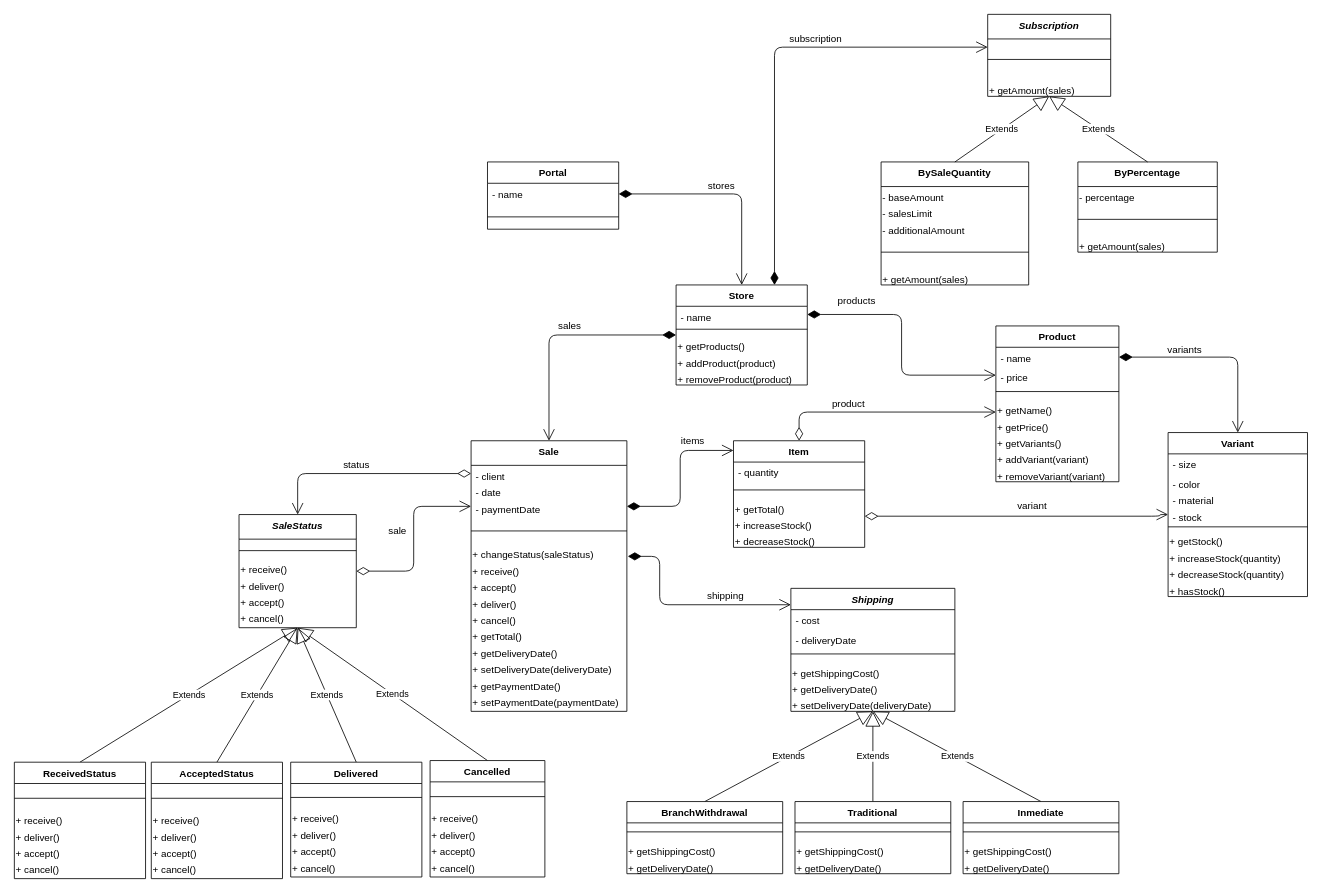
Earlier version of the draw.io diagram doc/tp_cursada.drawio (malexandroff1/tyh_tp_cursada). Source tidied: cells renumbered, new cells numbered last; positions are measured from the earlier drawing's top-left corner, leaving out a move shared by most shapes. Both pictures are drawn from the tidied source at 82%, with x=0, y=0 at pixel (14, 14).
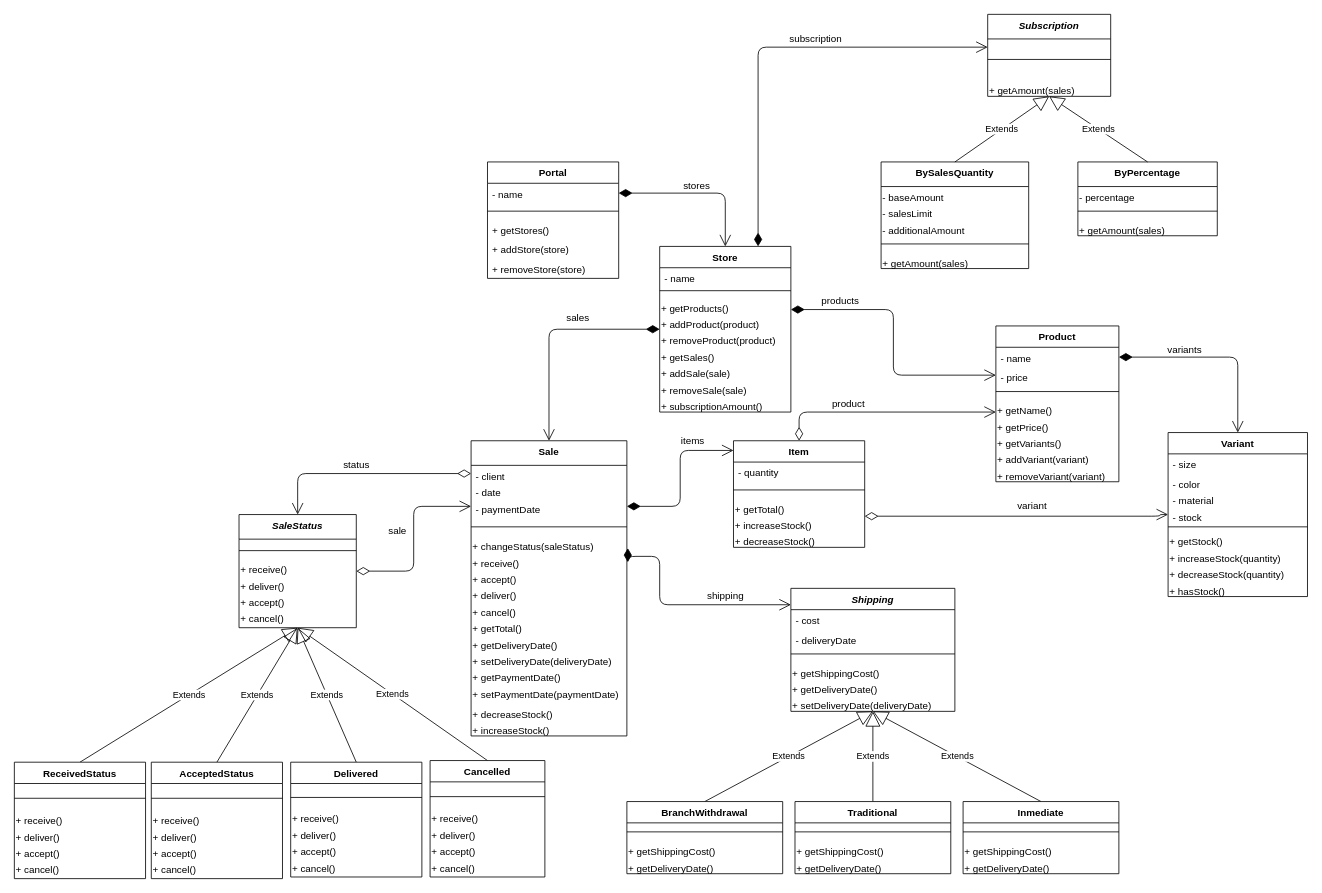
After the change.

Commit message (it also covers changes not shown here):
class diagram updated

Unchanged cells that the change refers to:
```xml
<mxCell id="4" value="- price" style="text;strokeColor=none;fillColor=none;align=left;verticalAlign=top;spacingLeft=4;spacingRight=4;overflow=hidden;points=[[0,0.5],[1,0.5]];portConstraint=eastwest;" parent="2" vertex="1">
  <mxGeometry y="50" width="150" height="20" as="geometry" />
</mxCell>
<mxCell id="63" value="Subscription" style="swimlane;fontStyle=3;align=center;verticalAlign=top;horizontal=1;startSize=30;" parent="1" vertex="1">
  <mxGeometry x="1187" width="150" height="100" as="geometry" />
</mxCell>
<mxCell id="107" value="- name" style="text;strokeColor=none;fillColor=none;align=left;verticalAlign=top;spacingLeft=4;spacingRight=4;overflow=hidden;points=[[0,0.5],[1,0.5]];portConstraint=eastwest;" parent="106" vertex="1">
  <mxGeometry y="26" width="160" height="20" as="geometry" />
</mxCell>
```

The edit, as a diff of the source:
```diff
@@
     <mxCell id="21" value="Sale" style="swimlane;fontStyle=1;align=center;verticalAlign=top;horizontal=1;startSize=30;" parent="1" vertex="1">
-      <mxGeometry x="557" y="520" width="190" height="330" as="geometry" />
+      <mxGeometry x="557" y="520" width="190" height="360" as="geometry" />
     </mxCell>
@@
     <mxCell id="25" style="line;strokeWidth=1;fillColor=none;align=left;verticalAlign=middle;spacingTop=-1;spacingLeft=3;spacingRight=3;labelPosition=right;" parent="21" vertex="1">
-      <mxGeometry y="90" width="190" height="40" as="geometry" />
+      <mxGeometry y="90" width="190" height="30" as="geometry" />
     </mxCell>
     <mxCell id="26" value="+ changeStatus(saleStatus)" style="text;html=1;align=left;verticalAlign=middle;points=[];strokeColor=none;" parent="21" vertex="1">
-      <mxGeometry y="130" width="190" height="20" as="geometry" />
+      <mxGeometry y="120" width="190" height="20" as="geometry" />
     </mxCell>
     <mxCell id="27" value="+ receive()" style="text;html=1;align=left;verticalAlign=middle;strokeColor=none;" parent="21" vertex="1">
-      <mxGeometry y="150" width="190" height="20" as="geometry" />
+      <mxGeometry y="140" width="190" height="20" as="geometry" />
     </mxCell>
     <mxCell id="28" value="+ accept()" style="text;html=1;align=left;verticalAlign=middle;strokeColor=none;" parent="21" vertex="1">
-      <mxGeometry y="170" width="190" height="20" as="geometry" />
+      <mxGeometry y="160" width="190" height="20" as="geometry" />
     </mxCell>
     <mxCell id="29" value="+ deliver()" style="text;html=1;align=left;verticalAlign=middle;strokeColor=none;" parent="21" vertex="1">
-      <mxGeometry y="190" width="190" height="20" as="geometry" />
+      <mxGeometry y="180" width="190" height="20" as="geometry" />
     </mxCell>
     <mxCell id="30" value="+ cancel()" style="text;html=1;align=left;verticalAlign=middle;strokeColor=none;" parent="21" vertex="1">
-      <mxGeometry y="210" width="190" height="20" as="geometry" />
+      <mxGeometry y="200" width="190" height="20" as="geometry" />
     </mxCell>
     <mxCell id="31" value="+ getTotal()" style="text;html=1;align=left;verticalAlign=middle;strokeColor=none;" parent="21" vertex="1">
-      <mxGeometry y="230" width="190" height="20" as="geometry" />
+      <mxGeometry y="220" width="190" height="20" as="geometry" />
     </mxCell>
     <mxCell id="32" value="+ getDeliveryDate()" style="text;html=1;align=left;verticalAlign=middle;strokeColor=none;" parent="21" vertex="1">
-      <mxGeometry y="250" width="190" height="20" as="geometry" />
+      <mxGeometry y="240" width="190" height="20" as="geometry" />
     </mxCell>
     <mxCell id="33" value="+ setDeliveryDate(deliveryDate)" style="text;html=1;align=left;verticalAlign=middle;strokeColor=none;" parent="21" vertex="1">
-      <mxGeometry y="270" width="190" height="20" as="geometry" />
+      <mxGeometry y="260" width="190" height="20" as="geometry" />
     </mxCell>
     <mxCell id="34" value="+ getPaymentDate()" style="text;html=1;align=left;verticalAlign=middle;strokeColor=none;" parent="21" vertex="1">
-      <mxGeometry y="290" width="190" height="20" as="geometry" />
+      <mxGeometry y="280" width="190" height="20" as="geometry" />
     </mxCell>
     <mxCell id="35" value="+ setPaymentDate(paymentDate)" style="text;html=1;align=left;verticalAlign=middle;strokeColor=none;" parent="21" vertex="1">
-      <mxGeometry y="310" width="190" height="20" as="geometry" />
+      <mxGeometry y="300" width="190" height="20" as="geometry" />
     </mxCell>
+    <mxCell id="145" value="+ decreaseStock()" style="text;html=1;align=left;verticalAlign=top;strokeColor=none;" parent="21" vertex="1">
+      <mxGeometry y="320" width="190" height="20" as="geometry" />
+    </mxCell>
+    <mxCell id="146" value="+ increaseStock()" style="text;html=1;align=left;verticalAlign=top;strokeColor=none;" parent="21" vertex="1">
+      <mxGeometry y="340" width="190" height="20" as="geometry" />
+    </mxCell>
@@
-    <mxCell id="66" value="BySaleQuantity" style="swimlane;fontStyle=1;align=center;verticalAlign=top;horizontal=1;startSize=30;" parent="1" vertex="1">
-      <mxGeometry x="1057" y="180" width="180" height="150" as="geometry" />
+    <mxCell id="66" value="BySalesQuantity" style="swimlane;fontStyle=1;align=center;verticalAlign=top;horizontal=1;startSize=30;" parent="1" vertex="1">
+      <mxGeometry x="1057" y="180" width="180" height="130" as="geometry" />
     </mxCell>
@@
     <mxCell id="70" style="line;strokeWidth=1;fillColor=none;align=left;verticalAlign=middle;spacingTop=-1;spacingLeft=3;spacingRight=3;labelPosition=right;" parent="66" vertex="1">
-      <mxGeometry y="90" width="180" height="40" as="geometry" />
+      <mxGeometry y="90" width="180" height="20" as="geometry" />
     </mxCell>
     <mxCell id="71" value="+ getAmount(sales)" style="text;html=1;align=left;verticalAlign=top;strokeColor=none;" parent="66" vertex="1">
-      <mxGeometry y="130" width="180" height="20" as="geometry" />
+      <mxGeometry y="110" width="180" height="20" as="geometry" />
     </mxCell>
     <mxCell id="72" value="ByPercentage" style="swimlane;fontStyle=1;align=center;verticalAlign=top;horizontal=1;startSize=30;" parent="1" vertex="1">
-      <mxGeometry x="1297" y="180" width="170" height="110" as="geometry" />
+      <mxGeometry x="1297" y="180" width="170" height="90" as="geometry" />
     </mxCell>
@@
     <mxCell id="74" style="line;strokeWidth=1;fillColor=none;align=left;verticalAlign=middle;spacingTop=-1;spacingLeft=3;spacingRight=3;labelPosition=right;" parent="72" vertex="1">
-      <mxGeometry y="50" width="170" height="40" as="geometry" />
+      <mxGeometry y="50" width="170" height="20" as="geometry" />
     </mxCell>
     <mxCell id="75" value="+ getAmount(sales)" style="text;html=1;align=left;verticalAlign=top;strokeColor=none;" parent="72" vertex="1">
-      <mxGeometry y="90" width="170" height="20" as="geometry" />
+      <mxGeometry y="70" width="170" height="20" as="geometry" />
     </mxCell>
@@
     <mxCell id="106" value="Store" style="swimlane;fontStyle=1;align=center;verticalAlign=top;horizontal=1;startSize=26;" parent="1" vertex="1">
-      <mxGeometry x="807" y="330" width="160" height="122" as="geometry" />
+      <mxGeometry x="787" y="283" width="160" height="202" as="geometry" />
     </mxCell>
@@
+    <mxCell id="147" value="+ getSales()" style="text;html=1;align=left;verticalAlign=top;strokeColor=none;" parent="106" vertex="1">
+      <mxGeometry y="122" width="160" height="20" as="geometry" />
+    </mxCell>
+    <mxCell id="148" value="+ addSale(sale)" style="text;html=1;align=left;verticalAlign=top;strokeColor=none;" parent="106" vertex="1">
+      <mxGeometry y="142" width="160" height="20" as="geometry" />
+    </mxCell>
+    <mxCell id="149" value="+ removeSale(sale)" style="text;html=1;align=left;verticalAlign=top;strokeColor=none;" parent="106" vertex="1">
+      <mxGeometry y="162" width="160" height="20" as="geometry" />
+    </mxCell>
+    <mxCell id="150" value="+&amp;nbsp;subscriptionAmount()" style="text;html=1;align=left;verticalAlign=top;strokeColor=none;" parent="106" vertex="1">
+      <mxGeometry y="182" width="160" height="20" as="geometry" />
+    </mxCell>
     <mxCell id="112" value="Portal" style="swimlane;fontStyle=1;align=center;verticalAlign=top;horizontal=1;startSize=26;" parent="1" vertex="1">
-      <mxGeometry x="577" y="180" width="160" height="82" as="geometry" />
+      <mxGeometry x="577" y="180" width="160" height="142" as="geometry" />
     </mxCell>
     <mxCell id="113" value="- name" style="text;strokeColor=none;fillColor=none;align=left;verticalAlign=top;spacingLeft=4;spacingRight=4;overflow=hidden;points=[[0,0.5],[1,0.5]];portConstraint=eastwest;" parent="112" vertex="1">
-      <mxGeometry y="26" width="160" height="26" as="geometry" />
+      <mxGeometry y="26" width="160" height="24" as="geometry" />
     </mxCell>
     <mxCell id="114" style="line;strokeWidth=1;fillColor=none;align=left;verticalAlign=middle;spacingTop=-1;spacingLeft=3;spacingRight=3;labelPosition=right;" parent="112" vertex="1">
-      <mxGeometry y="52" width="160" height="30" as="geometry" />
+      <mxGeometry y="50" width="160" height="20" as="geometry" />
     </mxCell>
+    <mxCell id="151" value="+ getStores()" style="text;strokeColor=none;fillColor=none;align=left;verticalAlign=top;spacingLeft=4;spacingRight=4;overflow=hidden;" parent="112" vertex="1">
+      <mxGeometry y="70" width="160" height="24" as="geometry" />
+    </mxCell>
+    <mxCell id="152" value="+ addStore(store)" style="text;strokeColor=none;fillColor=none;align=left;verticalAlign=top;spacingLeft=4;spacingRight=4;overflow=hidden;" parent="112" vertex="1">
+      <mxGeometry y="94" width="160" height="24" as="geometry" />
+    </mxCell>
+    <mxCell id="153" value="+ removeStore(store)" style="text;strokeColor=none;fillColor=none;align=left;verticalAlign=top;spacingLeft=4;spacingRight=4;overflow=hidden;" parent="112" vertex="1">
+      <mxGeometry y="118" width="160" height="24" as="geometry" />
+    </mxCell>
@@
     <mxCell id="118" value="stores" style="text;html=1;align=center;verticalAlign=middle;strokeColor=none;" parent="1" vertex="1">
-      <mxGeometry x="837" y="200" width="50" height="20" as="geometry" />
+      <mxGeometry x="807" y="200" width="50" height="20" as="geometry" />
     </mxCell>
     <mxCell id="119" value="sales" style="text;html=1;align=center;verticalAlign=middle;strokeColor=none;" parent="1" vertex="1">
-      <mxGeometry x="657" y="370" width="40" height="20" as="geometry" />
+      <mxGeometry x="667" y="360" width="40" height="20" as="geometry" />
     </mxCell>
@@
     <mxCell id="126" value="products" style="text;html=1;align=center;verticalAlign=middle;strokeColor=none;" parent="1" vertex="1">
-      <mxGeometry x="997" y="340" width="60" height="20" as="geometry" />
+      <mxGeometry x="977" y="340" width="60" height="20" as="geometry" />
     </mxCell>
@@
     <mxCell id="143" style="endArrow=open;html=1;endSize=12;startArrow=diamondThin;startSize=14;startFill=1;edgeStyle=orthogonalEdgeStyle;align=left;verticalAlign=bottom;exitX=0.75;exitY=0;exitDx=0;exitDy=0;" parent="1" edge="1" source="106" target="63">
       <mxGeometry x="-1" y="58" relative="1" as="geometry">
         <Array as="points">
-          <mxPoint x="927" y="40" />
+          <mxPoint x="907" y="40" />
         </Array>
         <mxPoint x="-30" y="8" as="offset" />
       </mxGeometry>
     </mxCell>
-    <mxCell id="144" style="endArrow=open;html=1;endSize=12;startArrow=diamondThin;startSize=14;startFill=1;edgeStyle=orthogonalEdgeStyle;align=left;verticalAlign=bottom;entryX=0;entryY=0.5;entryDx=0;entryDy=0;exitX=1;exitY=0.5;exitDx=0;exitDy=0;" parent="1" edge="1" source="107" target="4">
-      <mxGeometry x="-0.91" y="60" relative="1" as="geometry" />
+    <mxCell id="144" style="endArrow=open;html=1;endSize=12;startArrow=diamondThin;startSize=14;startFill=1;edgeStyle=orthogonalEdgeStyle;align=left;verticalAlign=bottom;entryX=0;entryY=0.5;entryDx=0;entryDy=0;" parent="1" edge="1" target="4">
+      <mxGeometry x="-0.91" y="60" relative="1" as="geometry">
+        <mxPoint x="947" y="360" as="sourcePoint" />
+        <Array as="points">
+          <mxPoint x="947" y="360" />
+          <mxPoint x="1072" y="360" />
+          <mxPoint x="1072" y="440" />
+        </Array>
+      </mxGeometry>
     </mxCell>
```
